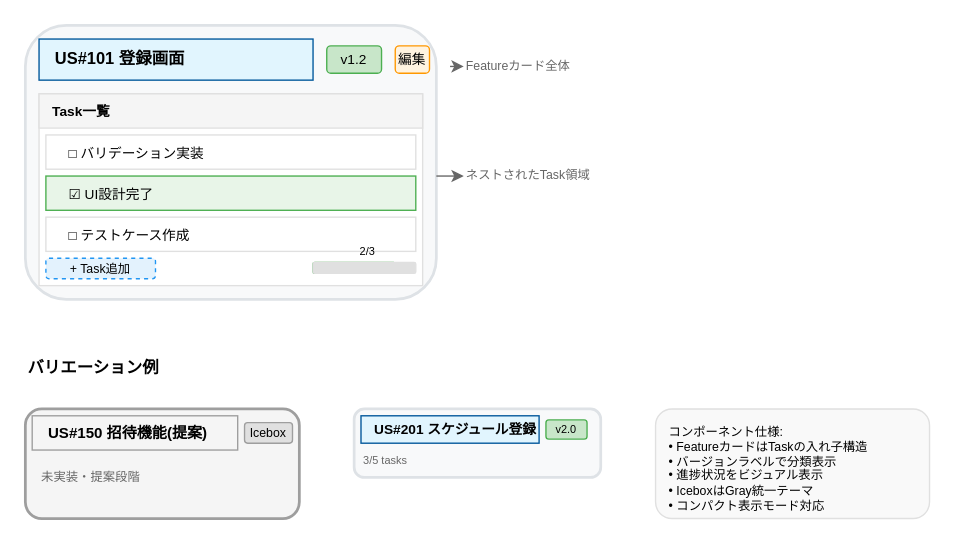
This is vibes/docs/specs/ui/kanban_ui_feature_card_component.drawio from hollySizzle/redmine_epic_ladder, a draw.io file, before an edit. Source tidied: cells renumbered, new cells numbered last; positions are measured from the earlier drawing's top-left corner, leaving out a move shared by most shapes. Both pictures are drawn from the tidied source at 137%, with x=0, y=0 at pixel (25, 25).
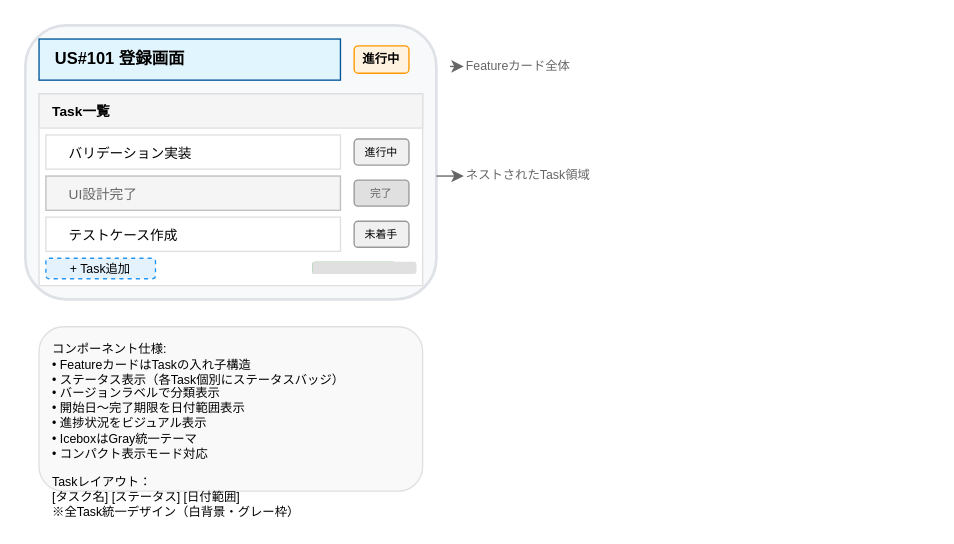
After the change.

Commit message (it also covers changes not shown here):
ワイヤーフレームの更新

The edit, as a diff of the source:
```diff
@@
     <mxCell id="3" value="US#101 登録画面" style="rounded=0;whiteSpace=wrap;html=1;fillColor=#e1f5fe;strokeColor=#01579b;fontStyle=1;fontSize=12;align=left;verticalAlign=middle;spacingLeft=10;" parent="1" vertex="1">
-      <mxGeometry x="10" y="10" width="200" height="30" as="geometry" />
+      <mxGeometry x="10" y="10" width="220" height="30" as="geometry" />
     </mxCell>
-    <mxCell id="4" value="v1.2" style="rounded=1;whiteSpace=wrap;html=1;fillColor=#c8e6c9;strokeColor=#4caf50;fontSize=10;align=center;verticalAlign=middle;" parent="1" vertex="1">
-      <mxGeometry x="220" y="15" width="40" height="20" as="geometry" />
-    </mxCell>
-    <mxCell id="5" value="編集" style="rounded=1;whiteSpace=wrap;html=1;fillColor=#fff3e0;strokeColor=#ff9800;fontSize=10;align=center;verticalAlign=middle;" parent="1" vertex="1">
-      <mxGeometry x="270" y="15" width="25" height="20" as="geometry" />
-    </mxCell>
+    <mxCell id="29" value="進行中" style="rounded=1;whiteSpace=wrap;html=1;fillColor=#fff3e0;strokeColor=#ff9800;fontSize=9;align=center;verticalAlign=middle;fontStyle=1;" parent="1" vertex="1">
+      <mxGeometry x="240" y="15" width="40" height="20" as="geometry" />
+    </mxCell>
@@
-    <mxCell id="8" value="□ バリデーション実装" style="rounded=0;whiteSpace=wrap;html=1;fillColor=#ffffff;strokeColor=#e0e0e0;fontSize=10;align=left;verticalAlign=middle;spacingLeft=15;" parent="1" vertex="1">
-      <mxGeometry x="15" y="80" width="270" height="25" as="geometry" />
+    <mxCell id="8" value="バリデーション実装" style="rounded=0;whiteSpace=wrap;html=1;fillColor=#ffffff;strokeColor=#e0e0e0;fontSize=10;align=left;verticalAlign=middle;spacingLeft=15;" parent="1" vertex="1">
+      <mxGeometry x="15" y="80" width="215" height="25" as="geometry" />
     </mxCell>
+    <mxCell id="30" value="進行中" style="rounded=1;whiteSpace=wrap;html=1;fillColor=#f0f0f0;strokeColor=#999999;fontSize=8;align=center;verticalAlign=middle;" parent="1" vertex="1">
+      <mxGeometry x="240" y="83" width="40" height="19" as="geometry" />
+    </mxCell>
-    <mxCell id="9" value="☑ UI設計完了" style="rounded=0;whiteSpace=wrap;html=1;fillColor=#e8f5e8;strokeColor=#4caf50;fontSize=10;align=left;verticalAlign=middle;spacingLeft=15;" parent="1" vertex="1">
-      <mxGeometry x="15" y="110" width="270" height="25" as="geometry" />
+    <mxCell id="9" value="UI設計完了" style="rounded=0;whiteSpace=wrap;html=1;fillColor=#f5f5f5;strokeColor=#c0c0c0;fontSize=10;align=left;verticalAlign=middle;spacingLeft=15;fontColor=#666666;" parent="1" vertex="1">
+      <mxGeometry x="15" y="110" width="215" height="25" as="geometry" />
     </mxCell>
+    <mxCell id="31" value="完了" style="rounded=1;whiteSpace=wrap;html=1;fillColor=#e0e0e0;strokeColor=#999999;fontSize=8;align=center;verticalAlign=middle;fontColor=#666666;" parent="1" vertex="1">
+      <mxGeometry x="240" y="113" width="40" height="19" as="geometry" />
+    </mxCell>
-    <mxCell id="10" value="□ テストケース作成" style="rounded=0;whiteSpace=wrap;html=1;fillColor=#ffffff;strokeColor=#e0e0e0;fontSize=10;align=left;verticalAlign=middle;spacingLeft=15;" parent="1" vertex="1">
-      <mxGeometry x="15" y="140" width="270" height="25" as="geometry" />
+    <mxCell id="10" value="テストケース作成" style="rounded=0;whiteSpace=wrap;html=1;fillColor=#ffffff;strokeColor=#e0e0e0;fontSize=10;align=left;verticalAlign=middle;spacingLeft=15;" parent="1" vertex="1">
+      <mxGeometry x="15" y="140" width="215" height="25" as="geometry" />
     </mxCell>
+    <mxCell id="32" value="未着手" style="rounded=1;whiteSpace=wrap;html=1;fillColor=#f0f0f0;strokeColor=#999999;fontSize=8;align=center;verticalAlign=middle;" parent="1" vertex="1">
+      <mxGeometry x="240" y="143" width="40" height="19" as="geometry" />
+    </mxCell>
@@
-    <mxCell id="14" value="2/3" style="text;html=1;strokeColor=none;fillColor=none;align=center;verticalAlign=middle;whiteSpace=wrap;rounded=0;fontSize=8;" parent="1" vertex="1">
-      <mxGeometry x="240" y="160" width="20" height="10" as="geometry" />
-    </mxCell>
@@
-    <mxCell id="19" value="バリエーション例" style="text;html=1;strokeColor=none;fillColor=none;align=left;verticalAlign=middle;whiteSpace=wrap;rounded=0;fontSize=12;fontStyle=1;" parent="1" vertex="1">
-      <mxGeometry y="240" width="120" height="20" as="geometry" />
-    </mxCell>
-    <mxCell id="20" style="rounded=1;whiteSpace=wrap;html=1;fillColor=#f5f5f5;strokeColor=#9e9e9e;strokeWidth=2;" parent="1" vertex="1">
-      <mxGeometry y="280" width="200" height="80" as="geometry" />
-    </mxCell>
-    <mxCell id="21" value="US#150 招待機能(提案)" style="rounded=0;whiteSpace=wrap;html=1;fillColor=#f5f5f5;strokeColor=#9e9e9e;fontStyle=1;fontSize=11;align=left;verticalAlign=middle;spacingLeft=10;" parent="1" vertex="1">
-      <mxGeometry x="5" y="285" width="150" height="25" as="geometry" />
-    </mxCell>
-    <mxCell id="22" value="Icebox" style="rounded=1;whiteSpace=wrap;html=1;fillColor=#e0e0e0;strokeColor=#9e9e9e;fontSize=9;align=center;verticalAlign=middle;" parent="1" vertex="1">
-      <mxGeometry x="160" y="290" width="35" height="15" as="geometry" />
-    </mxCell>
-    <mxCell id="23" value="未実装・提案段階" style="text;html=1;strokeColor=none;fillColor=none;align=left;verticalAlign=middle;whiteSpace=wrap;rounded=0;fontSize=9;fontColor=#666666;" parent="1" vertex="1">
-      <mxGeometry x="10" y="320" width="120" height="20" as="geometry" />
-    </mxCell>
-    <mxCell id="24" style="rounded=1;whiteSpace=wrap;html=1;fillColor=#f8f9fa;strokeColor=#dee2e6;strokeWidth=2;" parent="1" vertex="1">
-      <mxGeometry x="240" y="280" width="180" height="50" as="geometry" />
-    </mxCell>
-    <mxCell id="25" value="US#201 スケジュール登録" style="rounded=0;whiteSpace=wrap;html=1;fillColor=#e1f5fe;strokeColor=#01579b;fontStyle=1;fontSize=10;align=left;verticalAlign=middle;spacingLeft=8;" parent="1" vertex="1">
-      <mxGeometry x="245" y="285" width="130" height="20" as="geometry" />
-    </mxCell>
-    <mxCell id="26" value="v2.0" style="rounded=1;whiteSpace=wrap;html=1;fillColor=#c8e6c9;strokeColor=#4caf50;fontSize=8;align=center;verticalAlign=middle;" parent="1" vertex="1">
-      <mxGeometry x="380" y="288" width="30" height="14" as="geometry" />
-    </mxCell>
-    <mxCell id="27" value="3/5 tasks" style="text;html=1;strokeColor=none;fillColor=none;align=left;verticalAlign=middle;whiteSpace=wrap;rounded=0;fontSize=8;fontColor=#666666;" parent="1" vertex="1">
-      <mxGeometry x="245" y="310" width="60" height="15" as="geometry" />
-    </mxCell>
-    <mxCell id="28" value="コンポーネント仕様:&#10;• FeatureカードはTaskの入れ子構造&#10;• バージョンラベルで分類表示&#10;• 進捗状況をビジュアル表示&#10;• IceboxはGray統一テーマ&#10;• コンパクト表示モード対応" style="text;html=1;strokeColor=#e0e0e0;fillColor=#f9f9f9;align=left;verticalAlign=top;whiteSpace=wrap;rounded=1;fontSize=9;spacingTop=5;spacingLeft=8;" parent="1" vertex="1">
-      <mxGeometry x="460" y="280" width="200" height="80" as="geometry" />
+    <mxCell id="28" value="コンポーネント仕様:&#10;• FeatureカードはTaskの入れ子構造&#10;• ステータス表示（各Task個別にステータスバッジ）&#10;• バージョンラベルで分類表示&#10;• 開始日〜完了期限を日付範囲表示&#10;• 進捗状況をビジュアル表示&#10;• IceboxはGray統一テーマ&#10;• コンパクト表示モード対応&#10;&#10;Taskレイアウト：&#10;[タスク名] [ステータス] [日付範囲]&#10;※全Task統一デザイン（白背景・グレー枠）" style="text;html=1;strokeColor=#e0e0e0;fillColor=#f9f9f9;align=left;verticalAlign=top;whiteSpace=wrap;rounded=1;fontSize=9;spacingTop=5;spacingLeft=8;" parent="1" vertex="1">
+      <mxGeometry x="10" y="220" width="280" height="120" as="geometry" />
     </mxCell>
```
